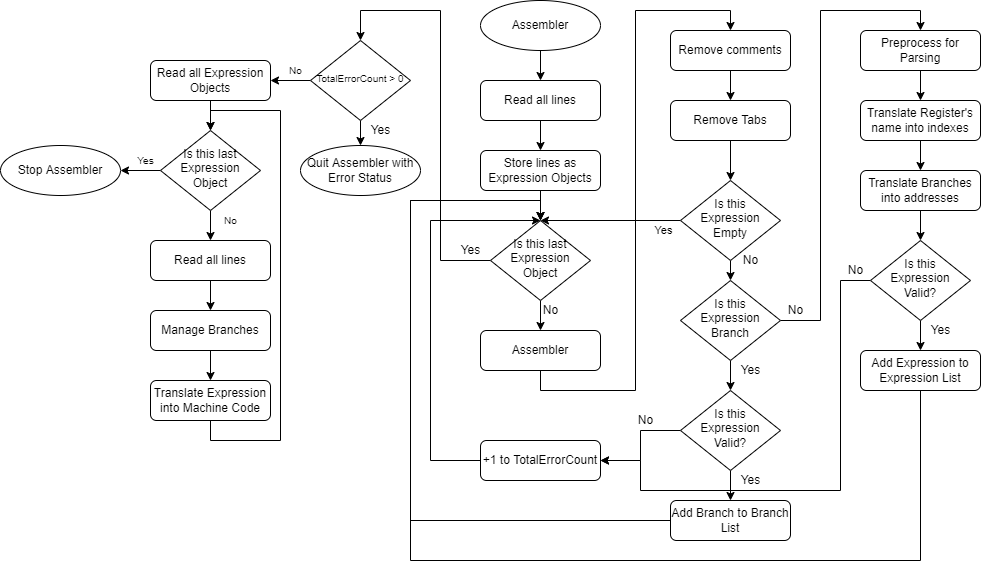
Before: github/pics/AssemblerFlowChart.png, a diagram exported from draw.io (gooday2die/MIPSim). Source tidied: cells renumbered, new cells last; positions are measured from the earlier drawing's top-left corner, leaving out a move shared by most shapes.
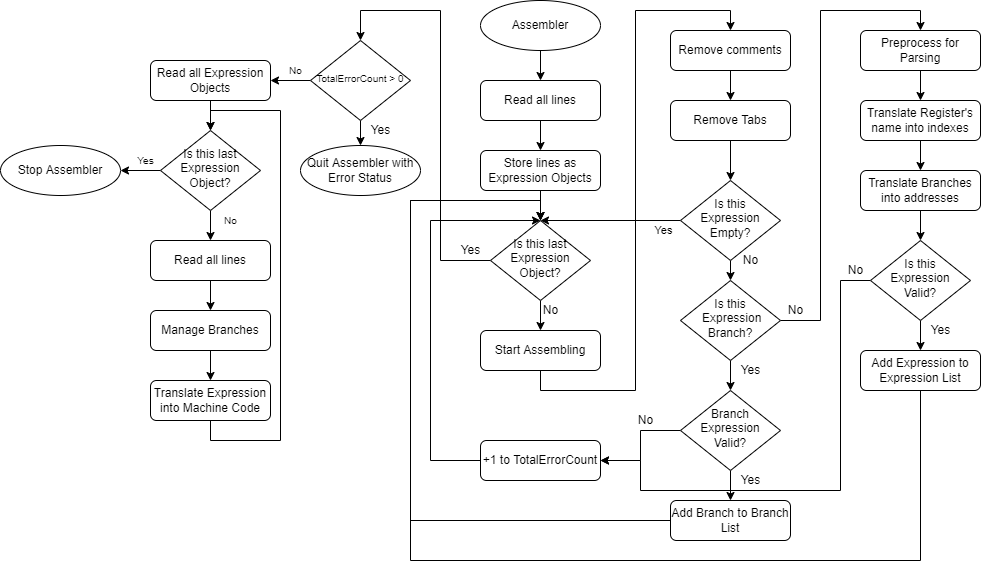
Above is the later version.

Diff of the diagram source:
```diff
@@ -5,7 +5,7 @@
     <mxCell id="2" style="edgeStyle=orthogonalEdgeStyle;rounded=0;jettySize=auto;html=1;exitX=0.5;exitY=1;exitDx=0;exitDy=0;entryX=0.5;entryY=0;entryDx=0;entryDy=0;" parent="1" edge="1" source="3" target="9">
       <mxGeometry relative="1" as="geometry" />
     </mxCell>
-    <mxCell id="3" value="Assembler" style="rounded=1;whiteSpace=wrap;html=1;fontSize=12;glass=0;strokeWidth=1;shadow=0;" parent="1" vertex="1">
+    <mxCell id="3" value="Start Assembling" style="rounded=1;whiteSpace=wrap;html=1;fontSize=12;glass=0;strokeWidth=1;shadow=0;" parent="1" vertex="1">
       <mxGeometry x="480" y="330" width="120" height="40" as="geometry" />
     </mxCell>
     <mxCell id="4" style="edgeStyle=orthogonalEdgeStyle;rounded=0;jettySize=auto;html=1;exitX=0;exitY=0.5;exitDx=0;exitDy=0;" parent="1" edge="1" source="7">
@@ -24,7 +24,7 @@
     <mxCell id="6" style="edgeStyle=orthogonalEdgeStyle;rounded=0;jettySize=auto;html=1;exitX=0.5;exitY=1;exitDx=0;exitDy=0;entryX=0.5;entryY=0;entryDx=0;entryDy=0;" parent="1" edge="1" source="7" target="24">
       <mxGeometry relative="1" as="geometry" />
     </mxCell>
-    <mxCell id="7" value="Is this Expression&lt;br&gt;Empty" style="rhombus;whiteSpace=wrap;html=1;shadow=0;fontFamily=Helvetica;fontSize=12;align=center;strokeWidth=1;spacing=6;spacingTop=-4;" parent="1" vertex="1">
+    <mxCell id="7" value="Is this Expression&lt;br&gt;Empty?" style="rhombus;whiteSpace=wrap;html=1;shadow=0;fontFamily=Helvetica;fontSize=12;align=center;strokeWidth=1;spacing=6;spacingTop=-4;" parent="1" vertex="1">
       <mxGeometry x="680" y="180" width="100" height="80" as="geometry" />
     </mxCell>
     <mxCell id="8" style="edgeStyle=orthogonalEdgeStyle;rounded=0;jettySize=auto;html=1;exitX=0.5;exitY=1;exitDx=0;exitDy=0;entryX=0.5;entryY=0;entryDx=0;entryDy=0;" parent="1" edge="1" source="9" target="11">
@@ -56,7 +56,7 @@
         </Array>
       </mxGeometry>
     </mxCell>
-    <mxCell id="16" value="Is this last Expression Object" style="rhombus;whiteSpace=wrap;html=1;shadow=0;fontFamily=Helvetica;fontSize=12;align=center;strokeWidth=1;spacing=6;spacingTop=-4;" parent="1" vertex="1">
+    <mxCell id="16" value="Is this last Expression Object?" style="rhombus;whiteSpace=wrap;html=1;shadow=0;fontFamily=Helvetica;fontSize=12;align=center;strokeWidth=1;spacing=6;spacingTop=-4;" parent="1" vertex="1">
       <mxGeometry x="490" y="220" width="100" height="80" as="geometry" />
     </mxCell>
     <mxCell id="17" style="edgeStyle=orthogonalEdgeStyle;rounded=0;jettySize=auto;html=1;exitX=0.5;exitY=1;exitDx=0;exitDy=0;entryX=0.5;entryY=0;entryDx=0;entryDy=0;" parent="1" edge="1" source="18" target="13">
@@ -82,7 +82,7 @@
         <mxPoint x="730" y="390" as="targetPoint" />
       </mxGeometry>
     </mxCell>
-    <mxCell id="24" value="Is this Expression&lt;br&gt;Branch" style="rhombus;whiteSpace=wrap;html=1;shadow=0;fontFamily=Helvetica;fontSize=12;align=center;strokeWidth=1;spacing=6;spacingTop=-4;" parent="1" vertex="1">
+    <mxCell id="24" value="Is this&lt;br&gt;&amp;nbsp;Expression&lt;br&gt;Branch?" style="rhombus;whiteSpace=wrap;html=1;shadow=0;fontFamily=Helvetica;fontSize=12;align=center;strokeWidth=1;spacing=6;spacingTop=-4;" parent="1" vertex="1">
       <mxGeometry x="680" y="280" width="100" height="80" as="geometry" />
     </mxCell>
     <mxCell id="25" value="No" style="text;html=1;align=center;verticalAlign=middle;strokeColor=none;fillColor=none;" parent="1" vertex="1">
@@ -106,7 +106,7 @@
     <mxCell id="31" style="edgeStyle=orthogonalEdgeStyle;rounded=0;jettySize=auto;html=1;exitX=0;exitY=0.5;exitDx=0;exitDy=0;entryX=1;entryY=0.5;entryDx=0;entryDy=0;" parent="1" edge="1" source="32" target="37">
       <mxGeometry relative="1" as="geometry" />
     </mxCell>
-    <mxCell id="32" value="Is this Expression Valid?" style="rhombus;whiteSpace=wrap;html=1;shadow=0;fontFamily=Helvetica;fontSize=12;align=center;strokeWidth=1;spacing=6;spacingTop=-4;" parent="1" vertex="1">
+    <mxCell id="32" value="Branch&lt;br&gt;Expression Valid?" style="rhombus;whiteSpace=wrap;html=1;shadow=0;fontFamily=Helvetica;fontSize=12;align=center;strokeWidth=1;spacing=6;spacingTop=-4;" parent="1" vertex="1">
       <mxGeometry x="680" y="390" width="100" height="80" as="geometry" />
     </mxCell>
     <mxCell id="33" style="edgeStyle=orthogonalEdgeStyle;rounded=0;jettySize=auto;html=1;exitX=0;exitY=0.5;exitDx=0;exitDy=0;entryX=0.5;entryY=0;entryDx=0;entryDy=0;" parent="1" edge="1" source="34" target="16">
@@ -231,7 +231,7 @@
     <mxCell id="63" style="edgeStyle=orthogonalEdgeStyle;rounded=0;jettySize=auto;html=1;exitX=0;exitY=0.5;exitDx=0;exitDy=0;entryX=1;entryY=0.5;entryDx=0;entryDy=0;fontSize=10;" parent="1" edge="1" source="64" target="54">
       <mxGeometry relative="1" as="geometry" />
     </mxCell>
-    <mxCell id="64" value="Is this last Expression Object" style="rhombus;whiteSpace=wrap;html=1;shadow=0;fontFamily=Helvetica;fontSize=12;align=center;strokeWidth=1;spacing=6;spacingTop=-4;" parent="1" vertex="1">
+    <mxCell id="64" value="Is this last Expression Object?" style="rhombus;whiteSpace=wrap;html=1;shadow=0;fontFamily=Helvetica;fontSize=12;align=center;strokeWidth=1;spacing=6;spacingTop=-4;" parent="1" vertex="1">
       <mxGeometry x="160" y="130" width="100" height="80" as="geometry" />
     </mxCell>
     <mxCell id="65" value="No" style="text;html=1;align=center;verticalAlign=middle;strokeColor=none;fillColor=none;fontSize=10;" parent="1" vertex="1">
```
